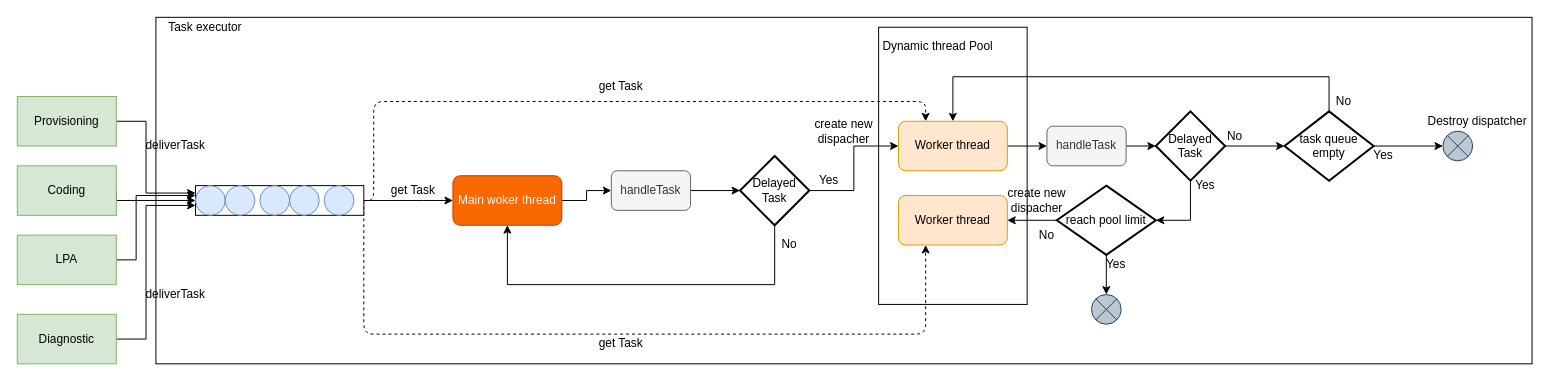
This is page "dynamicpool_allocate" (8 of 14) of doc/SA cert/Design/performance.drawio from taikt/codefun, a draw.io file, before an edit. Source tidied: cells renumbered, new cells numbered last; positions are measured from the earlier drawing's top-left corner, leaving out a move shared by most shapes. Both pictures are drawn from the tidied source at 99%, with x=0, y=0 at pixel (17, 17).
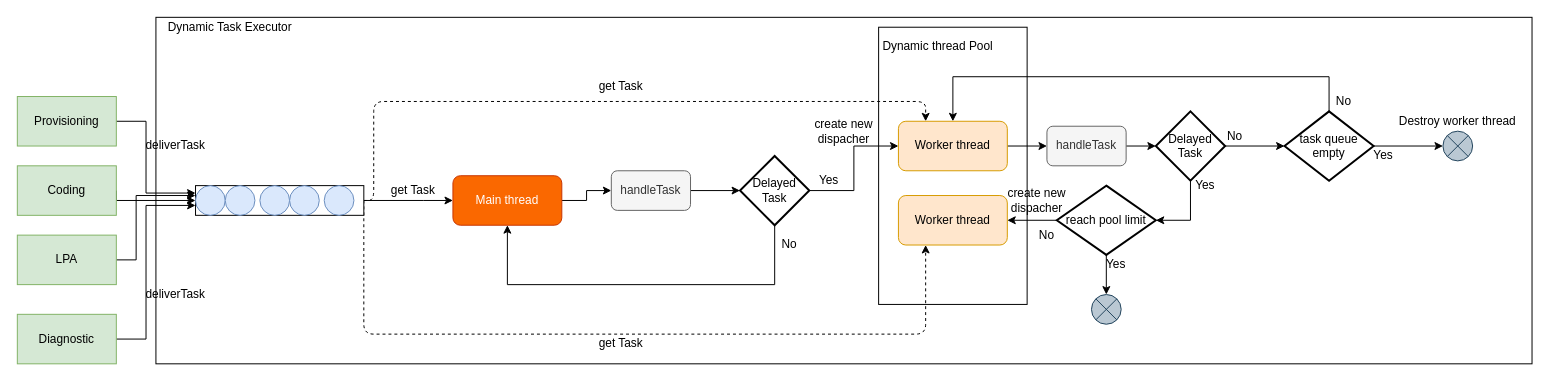
Above is the later version.

Diff of the diagram source:
```diff
@@
-    <mxCell id="21" value="Main woker thread" style="rounded=1;whiteSpace=wrap;html=1;fillColor=#fa6800;strokeColor=#C73500;fontColor=#ffffff;" parent="1" vertex="1">
+    <mxCell id="21" value="Main thread" style="rounded=1;whiteSpace=wrap;html=1;fillColor=#fa6800;strokeColor=#C73500;fontColor=#ffffff;" parent="1" vertex="1">
       <mxGeometry x="440" y="160" width="110" height="50" as="geometry" />
     </mxCell>
@@
-    <mxCell id="29" value="Task executor" style="text;html=1;strokeColor=none;fillColor=none;align=center;verticalAlign=middle;whiteSpace=wrap;rounded=0;" parent="1" vertex="1">
-      <mxGeometry x="150" width="80" height="20" as="geometry" />
+    <mxCell id="29" value="Dynamic Task Executor" style="text;html=1;strokeColor=none;fillColor=none;align=center;verticalAlign=middle;whiteSpace=wrap;rounded=0;" parent="1" vertex="1">
+      <mxGeometry x="140" width="150" height="20" as="geometry" />
     </mxCell>
@@
-    <mxCell id="58" value="Destroy dispatcher" style="text;html=1;strokeColor=none;fillColor=none;align=center;verticalAlign=middle;whiteSpace=wrap;rounded=0;" parent="1" vertex="1">
-      <mxGeometry x="1410" y="95" width="130" height="20" as="geometry" />
+    <mxCell id="58" value="Destroy worker thread" style="text;html=1;strokeColor=none;fillColor=none;align=center;verticalAlign=middle;whiteSpace=wrap;rounded=0;" parent="1" vertex="1">
+      <mxGeometry x="1390" y="95" width="130" height="20" as="geometry" />
     </mxCell>
```
